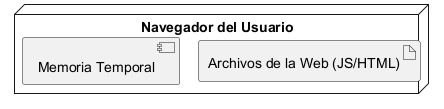
The PlantUML diagram images/level2-client.png in Arquisoft/yovi_es1b, before a commit. Its diagram source:
```plantuml
@startuml
node "Navegador del Usuario" {
    artifact "Archivos de la Web (JS/HTML)" as assets
    component "Memoria Temporal" as storage
}
@enduml
```
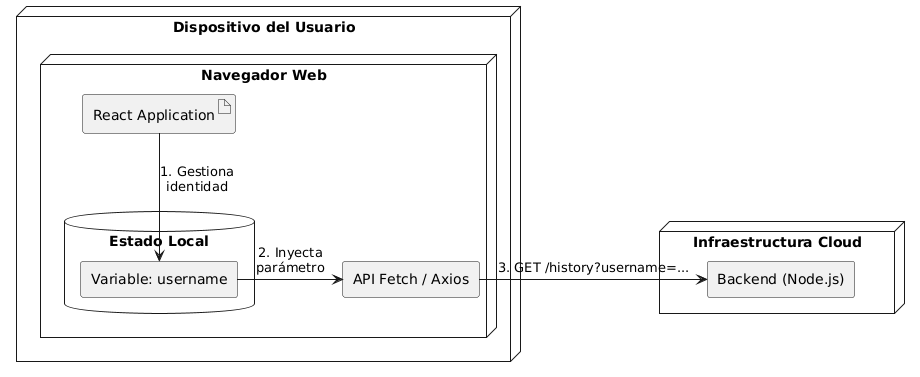
After the change.

What changed in the source:
```diff
@@ -1,6 +1,23 @@
 @startuml
-node "Navegador del Usuario" {
-    artifact "Archivos de la Web (JS/HTML)" as assets
-    component "Memoria Temporal" as storage
+skinparam componentStyle rectangle
+
+node "Dispositivo del Usuario" {
+node "Navegador Web" {
+artifact "React Application" as react_app
+
+    database "Estado Local" as state {
+        [Variable: username] as user_val
+    }
+
+    component "API Fetch / Axios" as network
 }
+}
+
+node "Infraestructura Cloud" {
+component "Backend (Node.js)" as node_backend
+}
+
+react_app -down-> user_val : 1. Gestiona\nidentidad
+user_val -right-> network : 2. Inyecta\nparámetro
+network -right-> node_backend : 3. GET /history?username=...
 @enduml
```
